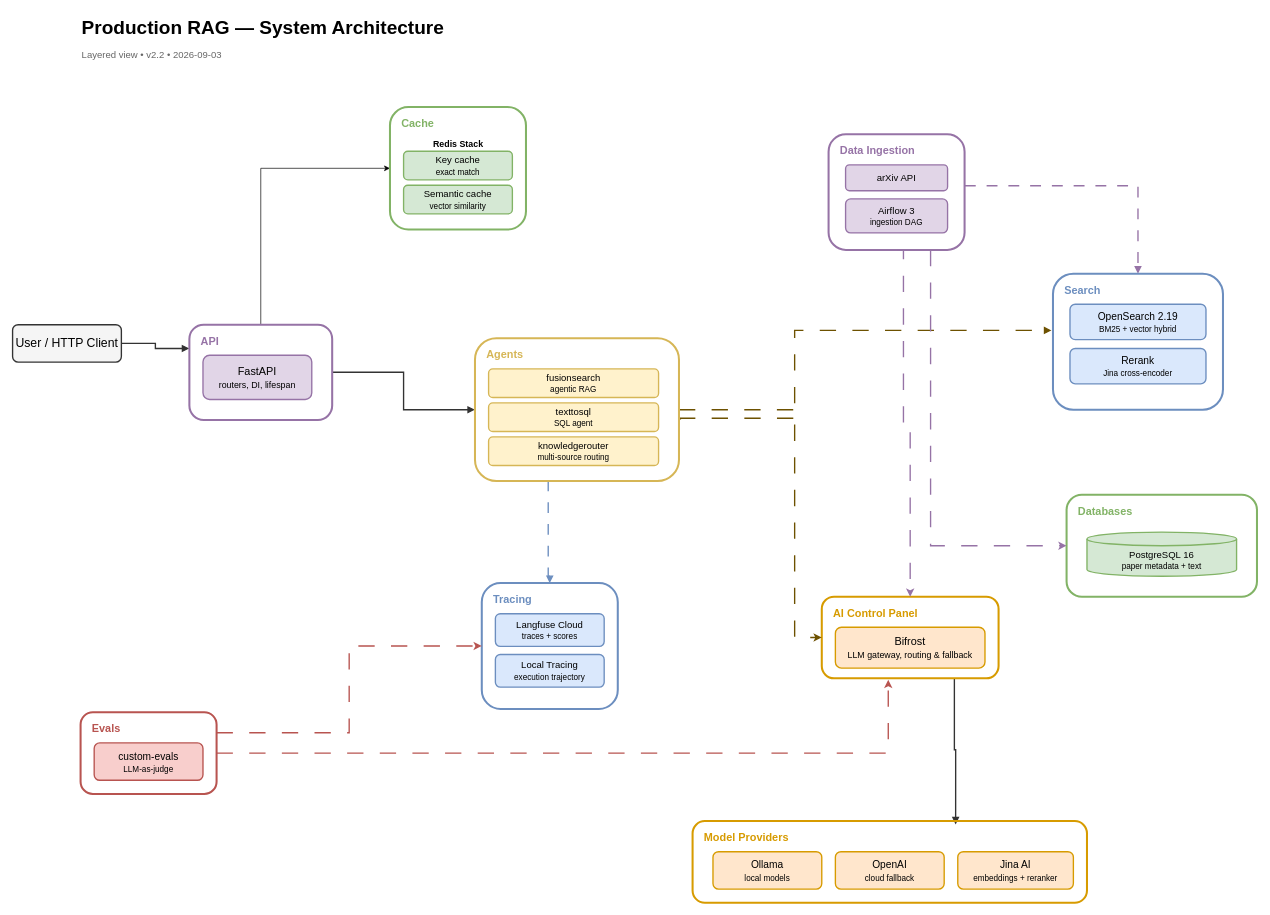
Above: docs/assets/system-architecture.drawio in apssouza22/production-rag (draw.io), before the change. Source tidied: cells renumbered, new cells numbered last; positions are measured from the earlier drawing's top-left corner, leaving out a move shared by most shapes. Both pictures are drawn from the tidied source at 68%, with x=0, y=0 at pixel (12, 12).
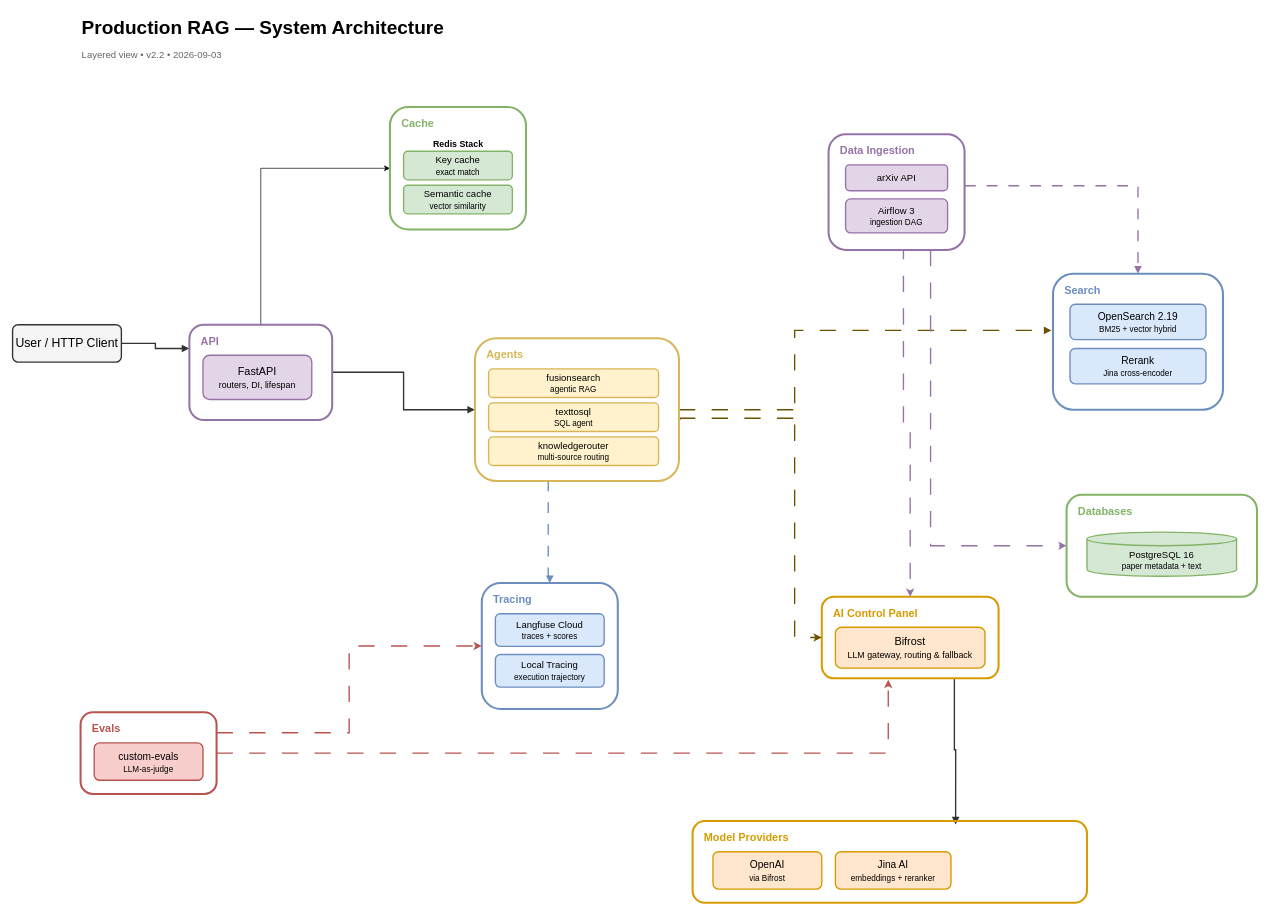
The same page after the edit.

Unchanged cells that the change refers to:
```xml
<mxCell id="22" style="group;" parent="1" vertex="1">
  <mxGeometry x="1000" y="1190" width="580" height="120" as="geometry" />
</mxCell>
```

What changed in the source:
```diff
@@
-    <mxCell id="26" value="Ollama&lt;br&gt;&lt;font style=&quot;font-size:12px;&quot;&gt;local models&lt;/font&gt;" style="rounded=1;whiteSpace=wrap;html=1;fillColor=#ffe6cc;strokeColor=#d79b00;strokeWidth=2;fontSize=15;fontFamily=Helvetica;align=center;verticalAlign=middle;" parent="22" vertex="1">
-      <mxGeometry x="30" y="45" width="160" height="55" as="geometry" />
-    </mxCell>
-    <mxCell id="27" value="OpenAI&lt;br&gt;&lt;font style=&quot;font-size:12px;&quot;&gt;cloud fallback&lt;/font&gt;" style="rounded=1;whiteSpace=wrap;html=1;fillColor=#ffe6cc;strokeColor=#d79b00;strokeWidth=2;fontSize=15;fontFamily=Helvetica;align=center;verticalAlign=middle;" parent="22" vertex="1">
-      <mxGeometry x="210" y="45" width="160" height="55" as="geometry" />
+    <mxCell id="27" value="OpenAI&lt;br&gt;&lt;font style=&quot;font-size:12px;&quot;&gt;via Bifrost&lt;/font&gt;" style="rounded=1;whiteSpace=wrap;html=1;fillColor=#ffe6cc;strokeColor=#d79b00;strokeWidth=2;fontSize=15;fontFamily=Helvetica;align=center;verticalAlign=middle;" parent="22" vertex="1">
+      <mxGeometry x="30" y="45" width="160" height="55" as="geometry" />
     </mxCell>
     <mxCell id="28" value="Jina AI&lt;br&gt;&lt;font style=&quot;font-size:12px;&quot;&gt;embeddings + reranker&lt;/font&gt;" style="rounded=1;whiteSpace=wrap;html=1;fillColor=#ffe6cc;strokeColor=#d79b00;strokeWidth=2;fontSize=15;fontFamily=Helvetica;align=center;verticalAlign=middle;" parent="22" vertex="1">
-      <mxGeometry x="390" y="45" width="170" height="55" as="geometry" />
+      <mxGeometry x="210" y="45" width="170" height="55" as="geometry" />
     </mxCell>
```
